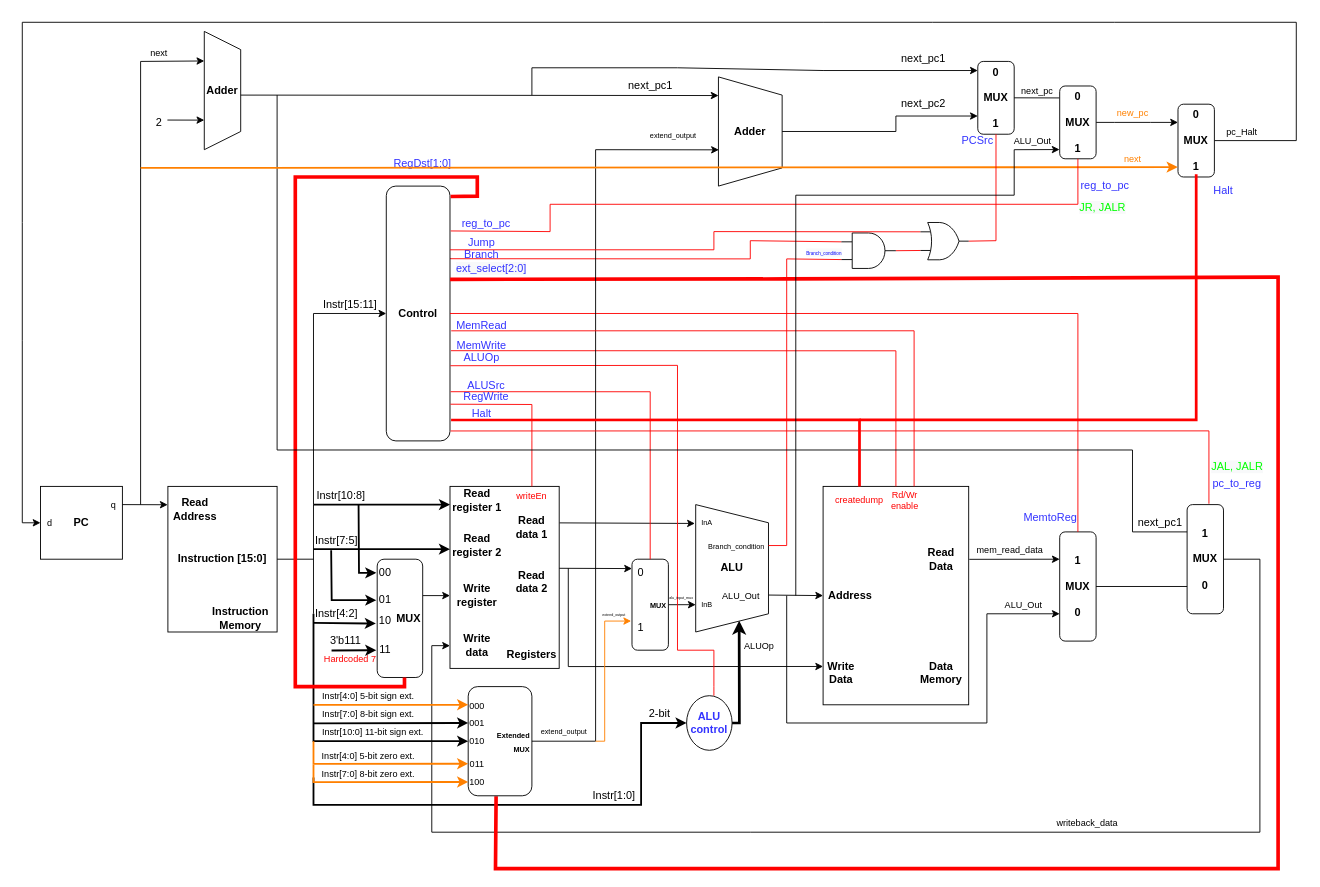
This is WISC-SP22.drawio from joshmeiyb/ECE552, a draw.io file, before an edit. Source tidied: cells renumbered, new cells numbered last; positions are measured from the earlier drawing's top-left corner, leaving out a move shared by most shapes. Both pictures are drawn from the tidied source at 91%, with x=0, y=0 at pixel (22, 22).
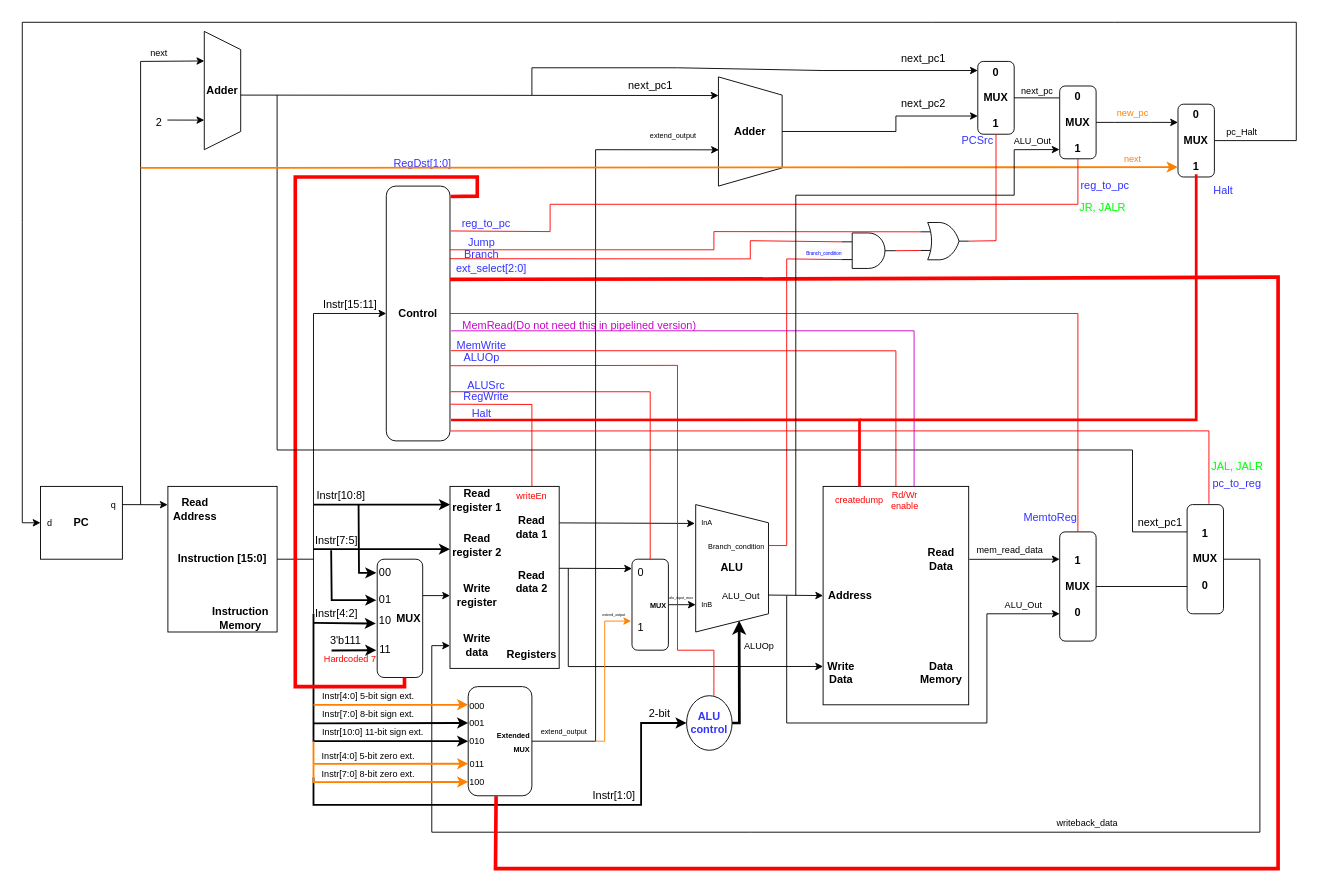
After the change.

Unchanged cells that the change refers to:
```xml
<mxCell id="35" style="rounded=0;whiteSpace=wrap;html=1;" parent="1" vertex="1">
  <mxGeometry x="880" y="510" width="160" height="240" as="geometry" />
</mxCell>
<mxCell id="64" value="&lt;b&gt;Control&lt;/b&gt;" style="rounded=1;whiteSpace=wrap;html=1;" parent="1" vertex="1">
  <mxGeometry x="400" y="180" width="70" height="280" as="geometry" />
</mxCell>
```

The edit, as a diff of the source:
```diff
@@
-    <mxCell id="66" value="&lt;font color=&quot;#3333ff&quot;&gt;MemRead&lt;/font&gt;" style="text;html=1;strokeColor=none;fillColor=none;align=center;verticalAlign=middle;whiteSpace=wrap;rounded=0;" parent="1" vertex="1">
-      <mxGeometry x="475" y="318" width="60" height="30" as="geometry" />
+    <mxCell id="66" value="&lt;font&gt;MemRead(Do not need this in pipelined version)&lt;/font&gt;" style="text;html=1;strokeColor=none;fillColor=none;align=center;verticalAlign=middle;whiteSpace=wrap;rounded=0;fontColor=#CC00CC;" parent="1" vertex="1">
+      <mxGeometry x="475" y="318" width="275" height="30" as="geometry" />
     </mxCell>
@@
-    <mxCell id="117" style="endArrow=none;html=1;rounded=0;fontSize=10;fontColor=#000000;strokeColor=#FF0000;strokeWidth=1;entryX=1.019;entryY=0.568;entryDx=0;entryDy=0;entryPerimeter=0;exitX=0.625;exitY=0;exitDx=0;exitDy=0;exitPerimeter=0;" parent="1" edge="1" source="35" target="64">
+    <mxCell id="117" style="endArrow=none;html=1;rounded=0;fontSize=10;fontColor=#660066;strokeColor=#CC00CC;strokeWidth=1;entryX=1.019;entryY=0.568;entryDx=0;entryDy=0;entryPerimeter=0;exitX=0.625;exitY=0;exitDx=0;exitDy=0;exitPerimeter=0;" parent="1" edge="1" source="35" target="64">
       <mxGeometry relative="1" as="geometry">
         <Array as="points">
           <mxPoint x="980" y="339" />
         </Array>
       </mxGeometry>
     </mxCell>
```
